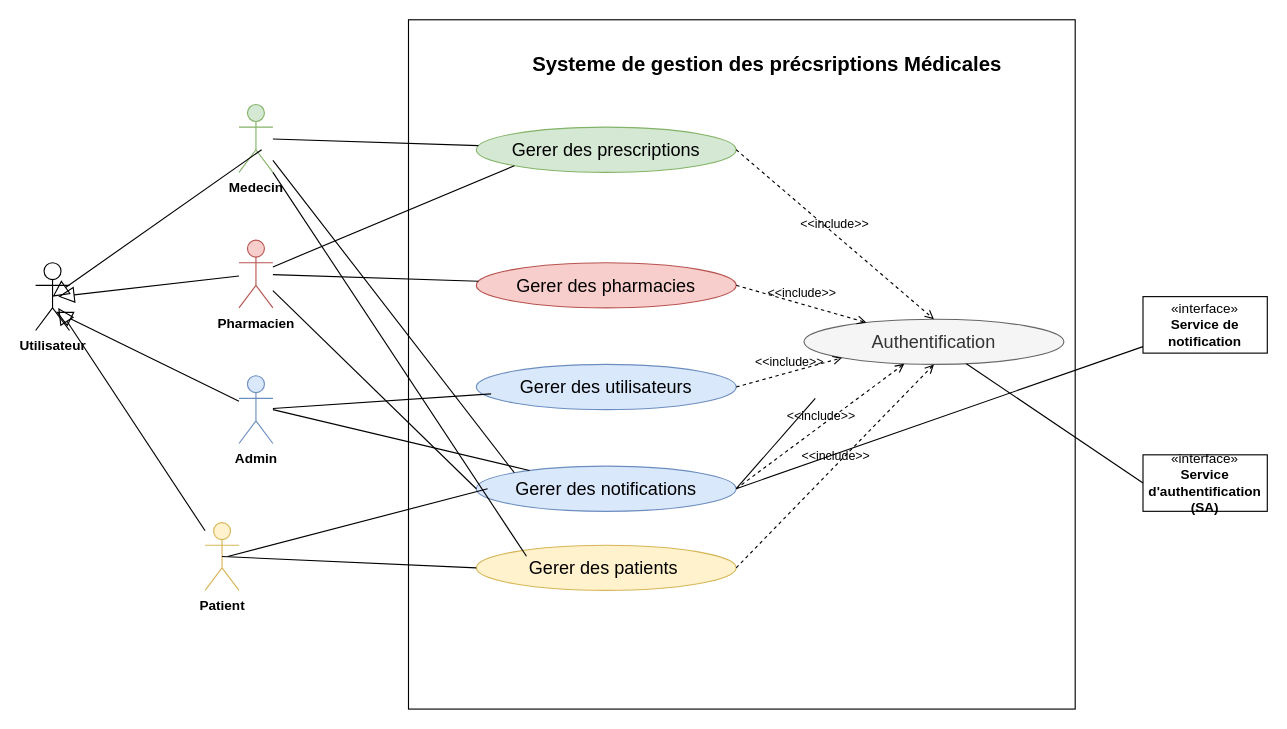
Before: Use case Raffiné.drawio in siwar630/Conception-pfe, a draw.io diagram. Source tidied: cells renumbered, new cells numbered last; positions are measured from the earlier drawing's top-left corner, leaving out a move shared by most shapes. Both pictures are drawn from the tidied source at 113%, with x=0, y=0 at pixel (35, 19).
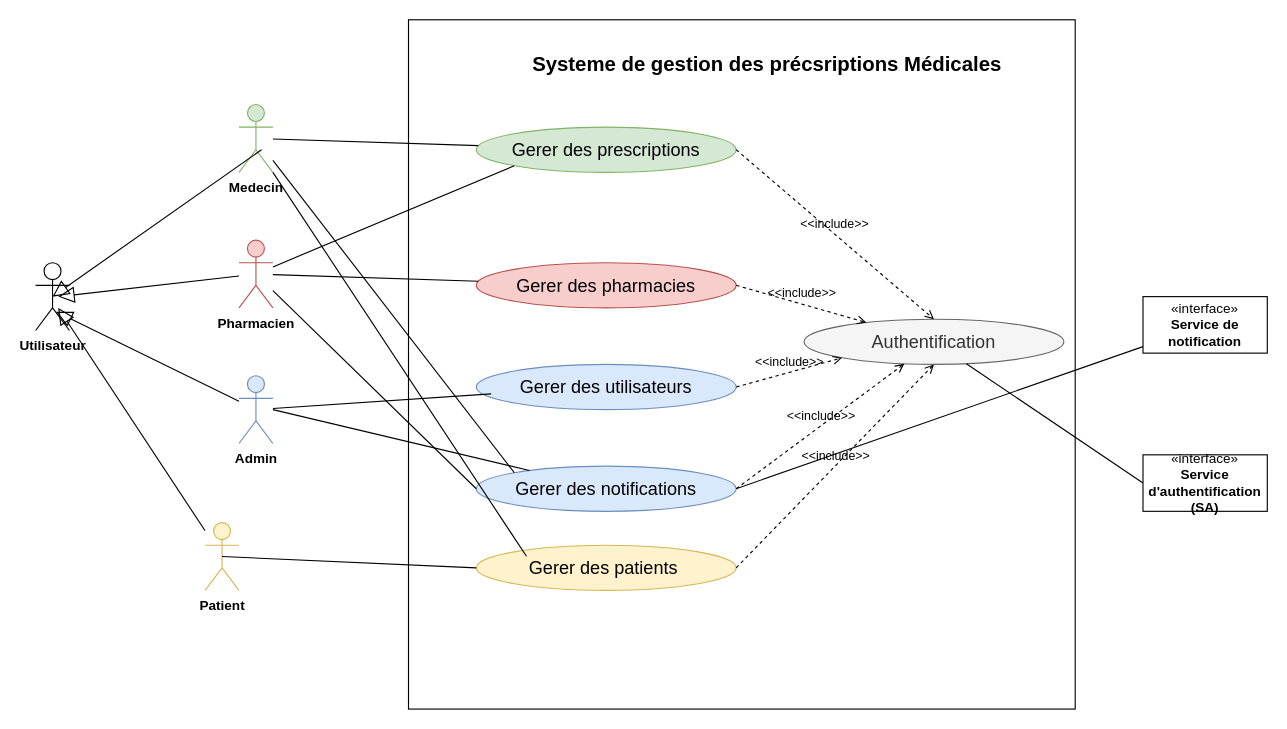
Above is the later version.

Commit message:
Mettre à jour Use case Raffiné.drawio

Unchanged cells that the change refers to:
```xml
<mxCell id="11" value="&lt;span style=&quot;font-size: 16px;&quot;&gt;Gerer des notifications&lt;/span&gt;" style="ellipse;whiteSpace=wrap;html=1;align=center;fillColor=#dae8fc;strokeColor=#6c8ebf;" parent="1" vertex="1">
  <mxGeometry x="390" y="395" width="230" height="40" as="geometry" />
</mxCell>
```

The edit, as a diff of the source:
```diff
@@
-    <mxCell id="29" style="edgeStyle=none;html=1;endArrow=none;verticalAlign=bottom;rounded=0;exitX=1;exitY=0.5;exitDx=0;exitDy=0;" parent="1" edge="1" source="11">
-      <mxGeometry relative="1" as="geometry">
-        <mxPoint x="690" y="335" as="targetPoint" />
-      </mxGeometry>
-    </mxCell>
@@
-    <mxCell id="36" style="edgeStyle=none;html=1;endArrow=none;verticalAlign=bottom;rounded=0;" parent="1" edge="1">
-      <mxGeometry relative="1" as="geometry">
-        <mxPoint x="170" y="475" as="sourcePoint" />
-        <mxPoint x="400" y="415" as="targetPoint" />
-      </mxGeometry>
-    </mxCell>
```
